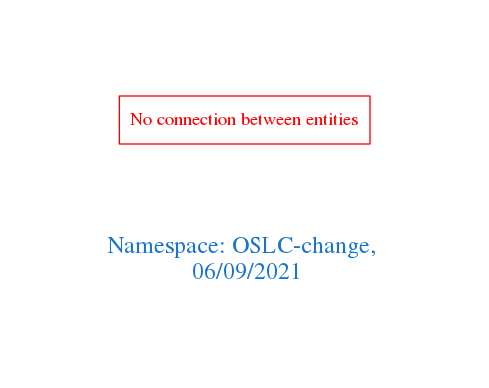
Earlier version of the Graphviz export downloads/OSLC-change.png (arago/OGIT). Its source is kept beside it as downloads/OSLC-change.dot.
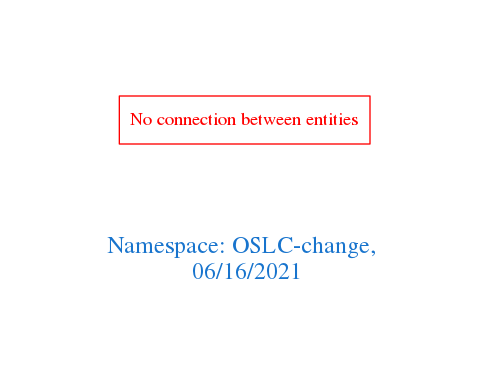
Later version of the same file.

The edit, as a diff of the source:
```diff
@@ -1,7 +1,7 @@
 digraph OGIT_ontology {
  graph [ rankdir= LR,pad=1
 fontsize = 18,
-fontcolor= dodgerblue3,label = "\n\n\nNamespace: OSLC-change, \n 06/09/2021"];
+fontcolor= dodgerblue3,label = "\n\n\nNamespace: OSLC-change, \n 06/16/2021"];
 node[shape=polygon];
 edge [  color="gray81"];
 
```
